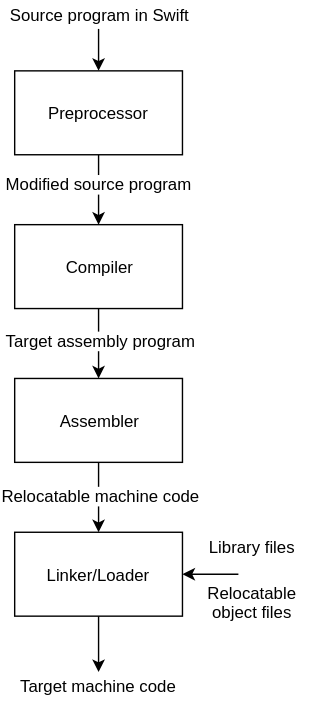
The draw.io diagram img/swift-language-processing-system/language-processing-system.svg in BergQuester/v8tr.github.io, before a commit. Source tidied: cells renumbered, new cells last; positions are measured from the earlier drawing's top-left corner, leaving out a move shared by most shapes.
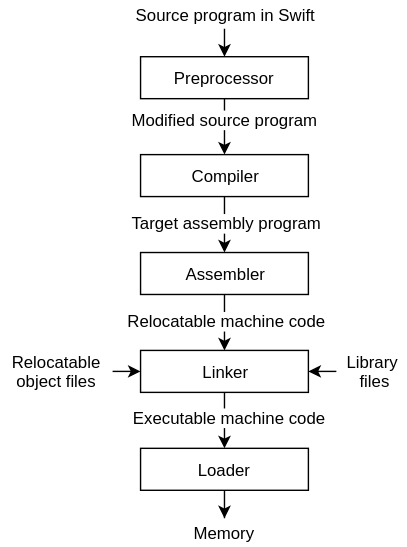
Later version of the same file.

What changed in the source:
```diff
@@ -1,4 +1,4 @@
-<mxGraphModel background="#ffffff">
+<mxGraphModel>
   <root>
     <mxCell id="0" />
     <mxCell id="1" parent="0" />
@@ -11,7 +11,7 @@
       </mxGeometry>
     </mxCell>
     <mxCell id="4" value="Preprocessor" style="rounded=0;whiteSpace=wrap;html=1;" parent="1" vertex="1">
-      <mxGeometry x="10" y="50" width="120" height="60" as="geometry" />
+      <mxGeometry x="10" y="60" width="120" height="30" as="geometry" />
     </mxCell>
     <mxCell id="5" style="edgeStyle=orthogonalEdgeStyle;rounded=0;html=1;jettySize=auto;" parent="1" edge="1" source="7" target="10">
       <mxGeometry relative="1" as="geometry" />
@@ -20,7 +20,7 @@
       <mxGeometry x="-0.12" y="1" relative="1" as="geometry" />
     </mxCell>
     <mxCell id="7" value="Compiler" style="rounded=0;whiteSpace=wrap;html=1;" parent="1" vertex="1">
-      <mxGeometry x="10" y="160" width="120" height="60" as="geometry" />
+      <mxGeometry x="10" y="130" width="120" height="30" as="geometry" />
     </mxCell>
     <mxCell id="8" style="edgeStyle=orthogonalEdgeStyle;rounded=0;html=1;jettySize=auto;" parent="1" edge="1" source="10" target="12">
       <mxGeometry relative="1" as="geometry" />
@@ -29,38 +29,49 @@
       <mxGeometry x="-0.1" y="1" relative="1" as="geometry" />
     </mxCell>
     <mxCell id="10" value="Assembler" style="rounded=0;whiteSpace=wrap;html=1;" parent="1" vertex="1">
-      <mxGeometry x="10" y="270" width="120" height="60" as="geometry" />
+      <mxGeometry x="10" y="200" width="120" height="30" as="geometry" />
     </mxCell>
-    <mxCell id="11" style="edgeStyle=orthogonalEdgeStyle;rounded=0;html=1;jettySize=auto;" parent="1" edge="1" source="12">
-      <mxGeometry relative="1" as="geometry">
-        <mxPoint x="70" y="480" as="targetPoint" />
-      </mxGeometry>
+    <mxCell id="11" style="edgeStyle=orthogonalEdgeStyle;rounded=0;html=1;jettySize=auto;entryX=0.5;entryY=0;" parent="1" edge="1" source="12" target="23">
+      <mxGeometry relative="1" as="geometry" />
     </mxCell>
+    <mxCell id="20" value="&lt;span&gt;Executable machine code&lt;/span&gt;" style="text;html=1;align=center;verticalAlign=middle;labelBackgroundColor=#ffffff;" parent="11" vertex="1">
+      <mxGeometry x="-0.15" y="3" relative="1" as="geometry" />
+    </mxCell>
-    <mxCell id="12" value="Linker/Loader" style="rounded=0;whiteSpace=wrap;html=1;" parent="1" vertex="1">
-      <mxGeometry x="10" y="380" width="120" height="60" as="geometry" />
+    <mxCell id="12" value="Linker" style="rounded=0;whiteSpace=wrap;html=1;" parent="1" vertex="1">
+      <mxGeometry x="10" y="270" width="120" height="30" as="geometry" />
     </mxCell>
     <mxCell id="13" style="endArrow=classic;html=1;entryX=0.5;entryY=0;exitX=0.5;exitY=1;" parent="1" edge="1" source="14" target="4">
       <mxGeometry relative="1" as="geometry" />
     </mxCell>
     <mxCell id="14" value="Source program in Swift" style="text;html=1;strokeColor=none;fillColor=none;align=center;verticalAlign=middle;whiteSpace=wrap;rounded=0;" parent="1" vertex="1">
-      <mxGeometry width="140" height="20" as="geometry" />
+      <mxGeometry y="20" width="140" height="20" as="geometry" />
     </mxCell>
-    <mxCell id="15" style="endArrow=classic;html=1;entryX=1;entryY=0.5;" parent="1" edge="1" target="12">
-      <mxGeometry relative="1" as="geometry">
-        <mxPoint x="170" y="410" as="sourcePoint" />
-      </mxGeometry>
-    </mxCell>
+    <mxCell id="21" style="edgeStyle=orthogonalEdgeStyle;rounded=0;html=1;exitX=0;exitY=0.5;entryX=1;entryY=0.5;jettySize=auto;" parent="1" edge="1" source="16" target="12">
+      <mxGeometry relative="1" as="geometry" />
+    </mxCell>
-    <mxCell id="16" value="Library files&lt;br&gt;" style="text;html=1;strokeColor=none;fillColor=none;align=center;verticalAlign=middle;whiteSpace=wrap;rounded=0;" parent="1" vertex="1">
-      <mxGeometry x="145" y="380" width="70" height="20" as="geometry" />
+    <mxCell id="16" value="Library&lt;br&gt;&amp;nbsp;files&lt;br&gt;" style="text;html=1;strokeColor=none;fillColor=none;align=center;verticalAlign=middle;whiteSpace=wrap;rounded=0;" parent="1" vertex="1">
+      <mxGeometry x="150" y="275" width="50" height="20" as="geometry" />
     </mxCell>
+    <mxCell id="22" style="edgeStyle=orthogonalEdgeStyle;rounded=0;html=1;exitX=1;exitY=0.5;entryX=0;entryY=0.5;jettySize=auto;" parent="1" edge="1" source="17" target="12">
+      <mxGeometry relative="1" as="geometry" />
+    </mxCell>
     <mxCell id="17" value="Relocatable object files&lt;br&gt;" style="text;html=1;strokeColor=none;fillColor=none;align=center;verticalAlign=middle;whiteSpace=wrap;rounded=0;" parent="1" vertex="1">
-      <mxGeometry x="140" y="420" width="80" height="20" as="geometry" />
+      <mxGeometry x="-90" y="275" width="80" height="20" as="geometry" />
     </mxCell>
     <mxCell id="18" style="edgeStyle=orthogonalEdgeStyle;rounded=0;html=1;exitX=0.5;exitY=1;jettySize=auto;orthogonalLoop=1;" parent="1" edge="1" source="16" target="16">
       <mxGeometry relative="1" as="geometry" />
     </mxCell>
-    <mxCell id="19" value="Target machine code" style="text;html=1;strokeColor=none;fillColor=none;align=center;verticalAlign=middle;whiteSpace=wrap;rounded=0;" parent="1" vertex="1">
-      <mxGeometry x="10" y="480" width="120" height="20" as="geometry" />
-    </mxCell>
+    <mxCell id="23" value="Loader" style="rounded=0;whiteSpace=wrap;html=1;" parent="1" vertex="1">
+      <mxGeometry x="10" y="340" width="120" height="30" as="geometry" />
+    </mxCell>
+    <mxCell id="24" value="Memory" style="text;html=1;strokeColor=none;fillColor=none;align=center;verticalAlign=middle;whiteSpace=wrap;rounded=0;" parent="1" vertex="1">
+      <mxGeometry x="50" y="390" width="40" height="20" as="geometry" />
+    </mxCell>
+    <mxCell id="25" style="edgeStyle=orthogonalEdgeStyle;rounded=0;html=1;jettySize=auto;" parent="1" edge="1" source="23" target="24">
+      <mxGeometry relative="1" as="geometry" />
+    </mxCell>
+    <mxCell id="26" style="edgeStyle=orthogonalEdgeStyle;rounded=0;html=1;exitX=0.5;exitY=1;jettySize=auto;orthogonalLoop=1;" parent="1" edge="1" source="17" target="17">
+      <mxGeometry relative="1" as="geometry" />
+    </mxCell>
   </root>
 </mxGraphModel>
```
